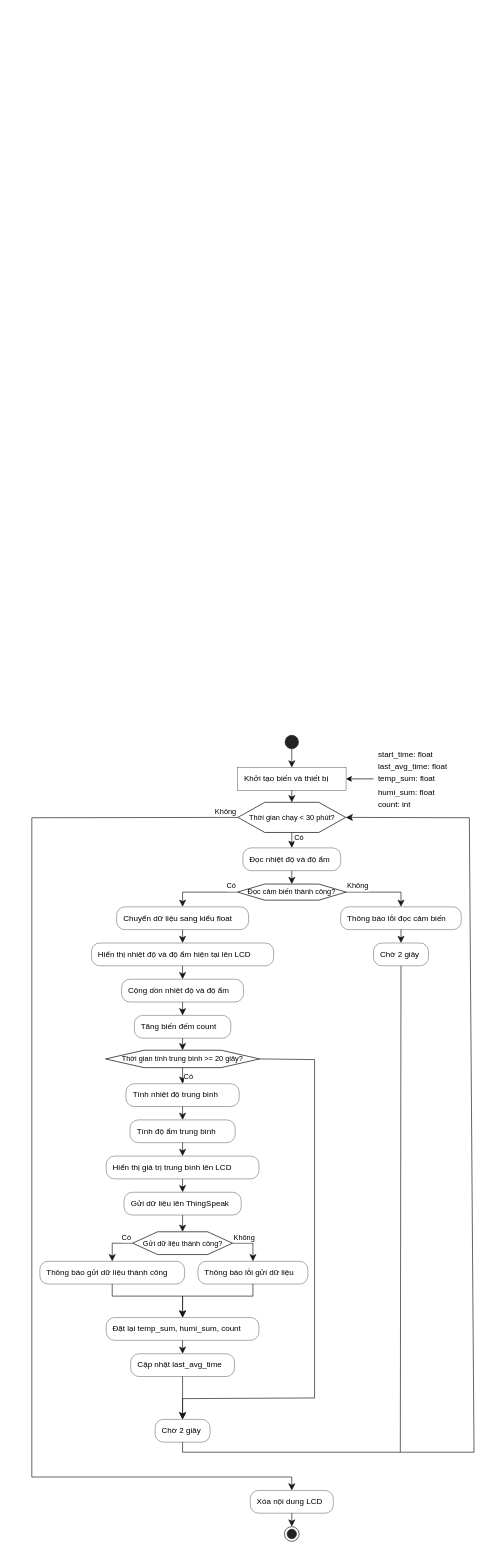
Earlier version of the draw.io diagram page "lab_3" (2 of 2) of flow-charts.drawio (tiesen243/422000433502-iot). Source tidied: cells renumbered, new cells numbered last; positions are measured from the earlier drawing's top-left corner, leaving out a move shared by most shapes. Both pictures are drawn from the tidied source at 67%, with x=0, y=0 at pixel (11, 11).
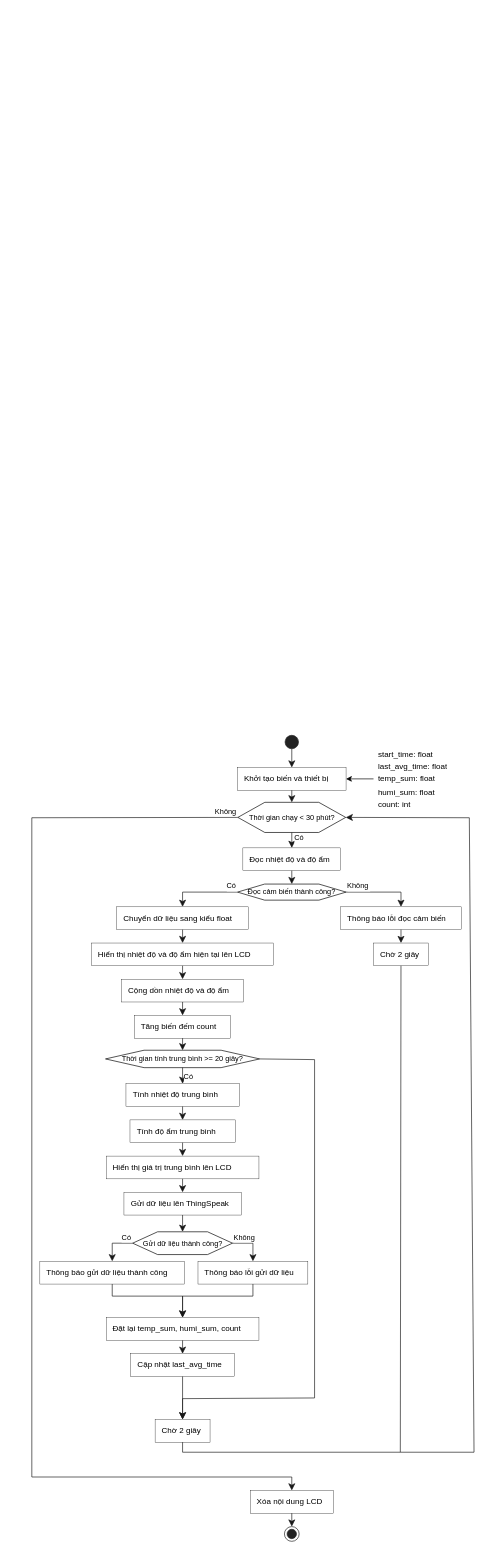
The same diagram, later.

Unchanged cells that the change refers to:
```xml
<mxCell id="2" style="group;transparentBounds=1;editIcon=1;lockedGroup=0;groupPadding=10;" parent="1" vertex="1">
  <mxGeometry as="geometry" />
</mxCell>
```

Diff of the diagram source:
```diff
@@
-    <mxCell id="9" value="Đọc nhiệt độ và độ ẩm" style="rounded=1;absoluteArcSize=1;arcSize=25;fillColor=#FFFFFF;strokeColor=#000000;strokeWidth=0.5;whiteSpace=wrap;fontSize=12;align=left;spacingLeft=8;" parent="2" vertex="1">
+    <mxCell id="9" value="Đọc nhiệt độ và độ ẩm" style="rounded=0;absoluteArcSize=1;arcSize=25;fillColor=#FFFFFF;strokeColor=#000000;strokeWidth=0.5;whiteSpace=wrap;fontSize=12;align=left;spacingLeft=8;" parent="2" vertex="1">
       <mxGeometry x="345" y="1248" width="146" height="34" as="geometry" />
     </mxCell>
@@
-    <mxCell id="13" value="Chuyển dữ liệu sang kiểu float" style="rounded=1;absoluteArcSize=1;arcSize=25;fillColor=#FFFFFF;strokeColor=#000000;strokeWidth=0.5;whiteSpace=wrap;fontSize=12;align=left;spacingLeft=8;" parent="2" vertex="1">
+    <mxCell id="13" value="Chuyển dữ liệu sang kiểu float" style="rounded=0;absoluteArcSize=1;arcSize=25;fillColor=#FFFFFF;strokeColor=#000000;strokeWidth=0.5;whiteSpace=wrap;fontSize=12;align=left;spacingLeft=8;" parent="2" vertex="1">
       <mxGeometry x="156.5" y="1336" width="197" height="34" as="geometry" />
     </mxCell>
-    <mxCell id="14" value="Hiển thị nhiệt độ và độ ẩm hiện tại lên LCD" style="rounded=1;absoluteArcSize=1;arcSize=25;fillColor=#FFFFFF;strokeColor=#000000;strokeWidth=0.5;whiteSpace=wrap;fontSize=12;align=left;spacingLeft=8;" parent="2" vertex="1">
+    <mxCell id="14" value="Hiển thị nhiệt độ và độ ẩm hiện tại lên LCD" style="rounded=0;absoluteArcSize=1;arcSize=25;fillColor=#FFFFFF;strokeColor=#000000;strokeWidth=0.5;whiteSpace=wrap;fontSize=12;align=left;spacingLeft=8;" parent="2" vertex="1">
       <mxGeometry x="119" y="1390" width="272" height="34" as="geometry" />
     </mxCell>
@@
-    <mxCell id="16" value="Cộng dồn nhiệt độ và độ ẩm" style="rounded=1;absoluteArcSize=1;arcSize=25;fillColor=#FFFFFF;strokeColor=#000000;strokeWidth=0.5;whiteSpace=wrap;fontSize=12;align=left;spacingLeft=8;" parent="2" vertex="1">
+    <mxCell id="16" value="Cộng dồn nhiệt độ và độ ẩm" style="rounded=0;absoluteArcSize=1;arcSize=25;fillColor=#FFFFFF;strokeColor=#000000;strokeWidth=0.5;whiteSpace=wrap;fontSize=12;align=left;spacingLeft=8;" parent="2" vertex="1">
       <mxGeometry x="164" y="1444" width="182" height="34" as="geometry" />
     </mxCell>
@@
-    <mxCell id="18" value="Tăng biến đếm count" style="rounded=1;absoluteArcSize=1;arcSize=25;fillColor=#FFFFFF;strokeColor=#000000;strokeWidth=0.5;whiteSpace=wrap;fontSize=12;align=left;spacingLeft=8;" parent="2" vertex="1">
+    <mxCell id="18" value="Tăng biến đếm count" style="rounded=0;absoluteArcSize=1;arcSize=25;fillColor=#FFFFFF;strokeColor=#000000;strokeWidth=0.5;whiteSpace=wrap;fontSize=12;align=left;spacingLeft=8;" parent="2" vertex="1">
       <mxGeometry x="183" y="1498" width="144" height="34" as="geometry" />
     </mxCell>
@@
-    <mxCell id="23" value="Tính nhiệt độ trung bình" style="rounded=1;absoluteArcSize=1;arcSize=25;fillColor=#FFFFFF;strokeColor=#000000;strokeWidth=0.5;whiteSpace=wrap;fontSize=12;align=left;spacingLeft=8;" parent="2" vertex="1">
+    <mxCell id="23" value="Tính nhiệt độ trung bình" style="rounded=0;absoluteArcSize=1;arcSize=25;fillColor=#FFFFFF;strokeColor=#000000;strokeWidth=0.5;whiteSpace=wrap;fontSize=12;align=left;spacingLeft=8;" parent="2" vertex="1">
       <mxGeometry x="170.5" y="1600" width="169" height="34" as="geometry" />
     </mxCell>
-    <mxCell id="24" value="Tính độ ẩm trung bình" style="rounded=1;absoluteArcSize=1;arcSize=25;fillColor=#FFFFFF;strokeColor=#000000;strokeWidth=0.5;whiteSpace=wrap;fontSize=12;align=left;spacingLeft=8;" parent="2" vertex="1">
+    <mxCell id="24" value="Tính độ ẩm trung bình" style="rounded=0;absoluteArcSize=1;arcSize=25;fillColor=#FFFFFF;strokeColor=#000000;strokeWidth=0.5;whiteSpace=wrap;fontSize=12;align=left;spacingLeft=8;" parent="2" vertex="1">
       <mxGeometry x="176.5" y="1654" width="157" height="34" as="geometry" />
     </mxCell>
@@
-    <mxCell id="26" value="Hiển thị giá trị trung bình lên LCD" style="rounded=1;absoluteArcSize=1;arcSize=25;fillColor=#FFFFFF;strokeColor=#000000;strokeWidth=0.5;whiteSpace=wrap;fontSize=12;align=left;spacingLeft=8;" parent="2" vertex="1">
+    <mxCell id="26" value="Hiển thị giá trị trung bình lên LCD" style="rounded=0;absoluteArcSize=1;arcSize=25;fillColor=#FFFFFF;strokeColor=#000000;strokeWidth=0.5;whiteSpace=wrap;fontSize=12;align=left;spacingLeft=8;" parent="2" vertex="1">
       <mxGeometry x="141" y="1708" width="228" height="34" as="geometry" />
     </mxCell>
@@
-    <mxCell id="28" value="Gửi dữ liệu lên ThingSpeak" style="rounded=1;absoluteArcSize=1;arcSize=25;fillColor=#FFFFFF;strokeColor=#000000;strokeWidth=0.5;whiteSpace=wrap;fontSize=12;align=left;spacingLeft=8;" parent="2" vertex="1">
+    <mxCell id="28" value="Gửi dữ liệu lên ThingSpeak" style="rounded=0;absoluteArcSize=1;arcSize=25;fillColor=#FFFFFF;strokeColor=#000000;strokeWidth=0.5;whiteSpace=wrap;fontSize=12;align=left;spacingLeft=8;" parent="2" vertex="1">
       <mxGeometry x="167.5" y="1762" width="175" height="34" as="geometry" />
     </mxCell>
@@
-    <mxCell id="33" value="Thông báo gửi dữ liệu thành công" style="rounded=1;absoluteArcSize=1;arcSize=25;fillColor=#FFFFFF;strokeColor=#000000;strokeWidth=0.5;whiteSpace=wrap;fontSize=12;align=left;spacingLeft=8;" parent="2" vertex="1">
+    <mxCell id="33" value="Thông báo gửi dữ liệu thành công" style="rounded=0;absoluteArcSize=1;arcSize=25;fillColor=#FFFFFF;strokeColor=#000000;strokeWidth=0.5;whiteSpace=wrap;fontSize=12;align=left;spacingLeft=8;" parent="2" vertex="1">
       <mxGeometry x="42" y="1865" width="216" height="34" as="geometry" />
     </mxCell>
@@
-    <mxCell id="35" value="Thông báo lỗi gửi dữ liệu" style="rounded=1;absoluteArcSize=1;arcSize=25;fillColor=#FFFFFF;strokeColor=#000000;strokeWidth=0.5;whiteSpace=wrap;fontSize=12;align=left;spacingLeft=8;" parent="2" vertex="1">
+    <mxCell id="35" value="Thông báo lỗi gửi dữ liệu" style="rounded=0;absoluteArcSize=1;arcSize=25;fillColor=#FFFFFF;strokeColor=#000000;strokeWidth=0.5;whiteSpace=wrap;fontSize=12;align=left;spacingLeft=8;" parent="2" vertex="1">
       <mxGeometry x="278" y="1865" width="164" height="34" as="geometry" />
     </mxCell>
@@
-    <mxCell id="38" value="Đặt lại temp_sum, humi_sum, count" style="rounded=1;absoluteArcSize=1;arcSize=25;fillColor=#FFFFFF;strokeColor=#000000;strokeWidth=0.5;whiteSpace=wrap;fontSize=12;align=left;spacingLeft=8;" parent="2" vertex="1">
+    <mxCell id="38" value="Đặt lại temp_sum, humi_sum, count" style="rounded=0;absoluteArcSize=1;arcSize=25;fillColor=#FFFFFF;strokeColor=#000000;strokeWidth=0.5;whiteSpace=wrap;fontSize=12;align=left;spacingLeft=8;" parent="2" vertex="1">
       <mxGeometry x="141" y="1949" width="228" height="34" as="geometry" />
     </mxCell>
-    <mxCell id="39" value="Cập nhật last_avg_time" style="rounded=1;absoluteArcSize=1;arcSize=25;fillColor=#FFFFFF;strokeColor=#000000;strokeWidth=0.5;whiteSpace=wrap;fontSize=12;align=left;spacingLeft=8;" parent="2" vertex="1">
+    <mxCell id="39" value="Cập nhật last_avg_time" style="rounded=0;absoluteArcSize=1;arcSize=25;fillColor=#FFFFFF;strokeColor=#000000;strokeWidth=0.5;whiteSpace=wrap;fontSize=12;align=left;spacingLeft=8;" parent="2" vertex="1">
       <mxGeometry x="177.5" y="2003" width="155" height="34" as="geometry" />
     </mxCell>
@@
-    <mxCell id="43" value="Chờ 2 giây" style="rounded=1;absoluteArcSize=1;arcSize=25;fillColor=#FFFFFF;strokeColor=#000000;strokeWidth=0.5;whiteSpace=wrap;fontSize=12;align=left;spacingLeft=8;" parent="2" vertex="1">
+    <mxCell id="43" value="Chờ 2 giây" style="rounded=0;absoluteArcSize=1;arcSize=25;fillColor=#FFFFFF;strokeColor=#000000;strokeWidth=0.5;whiteSpace=wrap;fontSize=12;align=left;spacingLeft=8;" parent="2" vertex="1">
       <mxGeometry x="214" y="2101" width="82" height="34" as="geometry" />
     </mxCell>
@@
-    <mxCell id="45" value="Thông báo lỗi đọc cảm biến" style="rounded=1;absoluteArcSize=1;arcSize=25;fillColor=#FFFFFF;strokeColor=#000000;strokeWidth=0.5;whiteSpace=wrap;fontSize=12;align=left;spacingLeft=8;" parent="2" vertex="1">
+    <mxCell id="45" value="Thông báo lỗi đọc cảm biến" style="rounded=0;absoluteArcSize=1;arcSize=25;fillColor=#FFFFFF;strokeColor=#000000;strokeWidth=0.5;whiteSpace=wrap;fontSize=12;align=left;spacingLeft=8;" parent="2" vertex="1">
       <mxGeometry x="491" y="1336" width="180" height="34" as="geometry" />
     </mxCell>
-    <mxCell id="46" value="Chờ 2 giây" style="rounded=1;absoluteArcSize=1;arcSize=25;fillColor=#FFFFFF;strokeColor=#000000;strokeWidth=0.5;whiteSpace=wrap;fontSize=12;align=left;spacingLeft=8;" parent="2" vertex="1">
+    <mxCell id="46" value="Chờ 2 giây" style="rounded=0;absoluteArcSize=1;arcSize=25;fillColor=#FFFFFF;strokeColor=#000000;strokeWidth=0.5;whiteSpace=wrap;fontSize=12;align=left;spacingLeft=8;" parent="2" vertex="1">
       <mxGeometry x="540" y="1390" width="82" height="34" as="geometry" />
     </mxCell>
@@
-    <mxCell id="52" value="Xóa nội dung LCD" style="rounded=1;absoluteArcSize=1;arcSize=25;fillColor=#FFFFFF;strokeColor=#000000;strokeWidth=0.5;whiteSpace=wrap;fontSize=12;align=left;spacingLeft=8;" parent="2" vertex="1">
+    <mxCell id="52" value="Xóa nội dung LCD" style="rounded=0;absoluteArcSize=1;arcSize=25;fillColor=#FFFFFF;strokeColor=#000000;strokeWidth=0.5;whiteSpace=wrap;fontSize=12;align=left;spacingLeft=8;" parent="2" vertex="1">
       <mxGeometry x="356" y="2207" width="124" height="34" as="geometry" />
     </mxCell>
```
